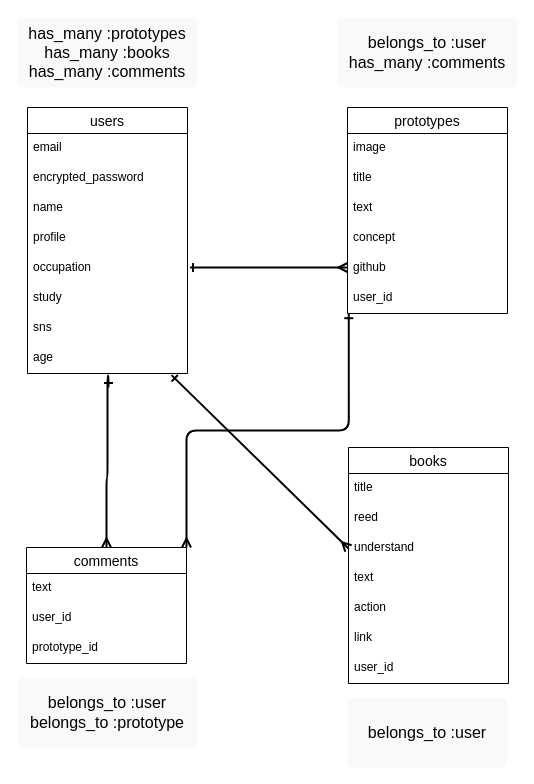
Above: mentore.dio in by-miwa/mentore (draw.io), before the change. Source tidied: cells renumbered, new cells numbered last; positions are measured from the earlier drawing's top-left corner, leaving out a move shared by most shapes. Both pictures are drawn from the tidied source at 100%, with x=0, y=0 at pixel (17, 17).
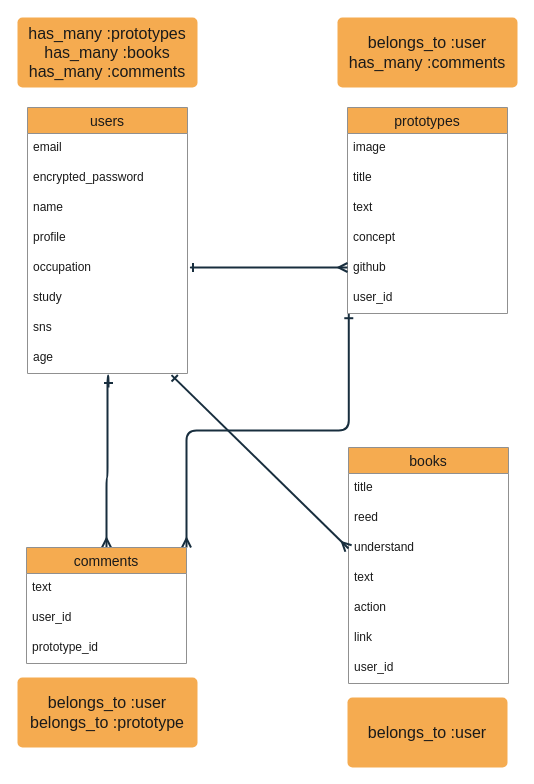
After the change.

The edit, as a diff of the source:
```diff
@@
-<mxGraphModel>
+<mxGraphModel background="#FFFFFF">
@@
-    <mxCell id="2" style="edgeStyle=orthogonalEdgeStyle;rounded=0;jettySize=auto;html=1;exitX=0.5;exitY=0;exitDx=0;exitDy=0;" parent="1" edge="1" source="9">
+    <mxCell id="2" style="edgeStyle=orthogonalEdgeStyle;rounded=0;jettySize=auto;html=1;exitX=0.5;exitY=0;exitDx=0;exitDy=0;labelBackgroundColor=#EEEEEE;strokeColor=#182E3E;fontColor=#1A1A1A;" parent="1" edge="1" source="9">
       <mxGeometry relative="1" as="geometry">
         <mxPoint x="60" y="110" as="targetPoint" />
       </mxGeometry>
     </mxCell>
-    <mxCell id="3" style="edgeStyle=orthogonalEdgeStyle;curved=0;rounded=1;sketch=0;jettySize=auto;html=1;exitX=0.5;exitY=0;exitDx=0;exitDy=0;startArrow=ERmany;startFill=0;endArrow=ERone;endFill=0;strokeWidth=2;fontSize=20;" parent="1" edge="1" source="5">
+    <mxCell id="3" style="edgeStyle=orthogonalEdgeStyle;curved=0;rounded=1;sketch=0;jettySize=auto;html=1;exitX=0.5;exitY=0;exitDx=0;exitDy=0;startArrow=ERmany;startFill=0;endArrow=ERone;endFill=0;strokeWidth=2;fontSize=20;labelBackgroundColor=#EEEEEE;strokeColor=#182E3E;fontColor=#1A1A1A;" parent="1" edge="1" source="5">
       <mxGeometry relative="1" as="geometry">
         <mxPoint x="91" y="370" as="targetPoint" />
         <Array as="points">
           <mxPoint x="89" y="460" />
           <mxPoint x="90" y="460" />
           <mxPoint x="90" y="358" />
         </Array>
       </mxGeometry>
     </mxCell>
-    <mxCell id="4" style="edgeStyle=orthogonalEdgeStyle;curved=0;rounded=1;sketch=0;jettySize=auto;html=1;exitX=1;exitY=0;exitDx=0;exitDy=0;entryX=0.008;entryY=1.007;entryDx=0;entryDy=0;entryPerimeter=0;startArrow=ERmany;startFill=0;endArrow=ERone;endFill=0;strokeWidth=2;fontSize=20;" parent="1" edge="1" source="5" target="24">
+    <mxCell id="4" style="edgeStyle=orthogonalEdgeStyle;curved=0;rounded=1;sketch=0;jettySize=auto;html=1;exitX=1;exitY=0;exitDx=0;exitDy=0;entryX=0.008;entryY=1.007;entryDx=0;entryDy=0;entryPerimeter=0;startArrow=ERmany;startFill=0;endArrow=ERone;endFill=0;strokeWidth=2;fontSize=20;labelBackgroundColor=#EEEEEE;strokeColor=#182E3E;fontColor=#1A1A1A;" parent="1" edge="1" source="5" target="24">
       <mxGeometry relative="1" as="geometry" />
     </mxCell>
-    <mxCell id="5" value="comments" style="swimlane;fontStyle=0;horizontal=1;startSize=26;align=center;fontSize=14;" parent="1" vertex="1">
+    <mxCell id="5" value="comments" style="swimlane;fontStyle=0;horizontal=1;startSize=26;align=center;fontSize=14;fillColor=#F5AB50;strokeColor=#909090;fontColor=#1A1A1A;" parent="1" vertex="1">
       <mxGeometry x="9" y="530" width="160" height="116" as="geometry" />
     </mxCell>
-    <mxCell id="6" value="text" style="text;strokeColor=none;fillColor=none;spacingLeft=4;spacingRight=4;overflow=hidden;fontSize=12;" parent="5" vertex="1">
+    <mxCell id="6" value="text" style="text;strokeColor=none;fillColor=none;spacingLeft=4;spacingRight=4;overflow=hidden;fontSize=12;fontColor=#1A1A1A;" parent="5" vertex="1">
       <mxGeometry y="26" width="160" height="30" as="geometry" />
     </mxCell>
-    <mxCell id="7" value="user_id" style="text;strokeColor=none;fillColor=none;spacingLeft=4;spacingRight=4;overflow=hidden;fontSize=12;" parent="5" vertex="1">
+    <mxCell id="7" value="user_id" style="text;strokeColor=none;fillColor=none;spacingLeft=4;spacingRight=4;overflow=hidden;fontSize=12;fontColor=#1A1A1A;" parent="5" vertex="1">
       <mxGeometry y="56" width="160" height="30" as="geometry" />
     </mxCell>
-    <mxCell id="8" value="prototype_id" style="text;strokeColor=none;fillColor=none;spacingLeft=4;spacingRight=4;overflow=hidden;fontSize=12;" parent="5" vertex="1">
+    <mxCell id="8" value="prototype_id" style="text;strokeColor=none;fillColor=none;spacingLeft=4;spacingRight=4;overflow=hidden;fontSize=12;fontColor=#1A1A1A;" parent="5" vertex="1">
       <mxGeometry y="86" width="160" height="30" as="geometry" />
     </mxCell>
-    <mxCell id="9" value="users" style="swimlane;fontStyle=0;horizontal=1;startSize=26;align=center;fontSize=14;" parent="1" vertex="1">
+    <mxCell id="9" value="users" style="swimlane;fontStyle=0;horizontal=1;startSize=26;align=center;fontSize=14;fillColor=#F5AB50;strokeColor=#909090;fontColor=#1A1A1A;" parent="1" vertex="1">
       <mxGeometry x="10" y="90" width="160" height="266" as="geometry" />
     </mxCell>
-    <mxCell id="10" value="email " style="text;strokeColor=none;fillColor=none;spacingLeft=4;spacingRight=4;overflow=hidden;fontSize=12;" parent="9" vertex="1">
+    <mxCell id="10" value="email " style="text;strokeColor=none;fillColor=none;spacingLeft=4;spacingRight=4;overflow=hidden;fontSize=12;fontColor=#1A1A1A;" parent="9" vertex="1">
       <mxGeometry y="26" width="160" height="30" as="geometry" />
     </mxCell>
-    <mxCell id="11" value="encrypted_password &#10;&#10;" style="text;strokeColor=none;fillColor=none;spacingLeft=4;spacingRight=4;overflow=hidden;fontSize=12;" parent="9" vertex="1">
+    <mxCell id="11" value="encrypted_password &#10;&#10;" style="text;strokeColor=none;fillColor=none;spacingLeft=4;spacingRight=4;overflow=hidden;fontSize=12;fontColor=#1A1A1A;" parent="9" vertex="1">
       <mxGeometry y="56" width="160" height="30" as="geometry" />
     </mxCell>
-    <mxCell id="12" value="name" style="text;strokeColor=none;fillColor=none;spacingLeft=4;spacingRight=4;overflow=hidden;fontSize=12;" parent="9" vertex="1">
+    <mxCell id="12" value="name" style="text;strokeColor=none;fillColor=none;spacingLeft=4;spacingRight=4;overflow=hidden;fontSize=12;fontColor=#1A1A1A;" parent="9" vertex="1">
       <mxGeometry y="86" width="160" height="30" as="geometry" />
     </mxCell>
-    <mxCell id="13" value="profile" style="text;strokeColor=none;fillColor=none;spacingLeft=4;spacingRight=4;overflow=hidden;fontSize=12;" parent="9" vertex="1">
+    <mxCell id="13" value="profile" style="text;strokeColor=none;fillColor=none;spacingLeft=4;spacingRight=4;overflow=hidden;fontSize=12;fontColor=#1A1A1A;" parent="9" vertex="1">
       <mxGeometry y="116" width="160" height="30" as="geometry" />
     </mxCell>
-    <mxCell id="14" value="occupation" style="text;strokeColor=none;fillColor=none;spacingLeft=4;spacingRight=4;overflow=hidden;fontSize=12;" parent="9" vertex="1">
+    <mxCell id="14" value="occupation" style="text;strokeColor=none;fillColor=none;spacingLeft=4;spacingRight=4;overflow=hidden;fontSize=12;fontColor=#1A1A1A;" parent="9" vertex="1">
       <mxGeometry y="146" width="160" height="30" as="geometry" />
     </mxCell>
-    <mxCell id="15" value="study" style="text;strokeColor=none;fillColor=none;spacingLeft=4;spacingRight=4;overflow=hidden;fontSize=12;" parent="9" vertex="1">
+    <mxCell id="15" value="study" style="text;strokeColor=none;fillColor=none;spacingLeft=4;spacingRight=4;overflow=hidden;fontSize=12;fontColor=#1A1A1A;" parent="9" vertex="1">
       <mxGeometry y="176" width="160" height="30" as="geometry" />
     </mxCell>
-    <mxCell id="16" value="sns" style="text;strokeColor=none;fillColor=none;spacingLeft=4;spacingRight=4;overflow=hidden;fontSize=12;" parent="9" vertex="1">
+    <mxCell id="16" value="sns" style="text;strokeColor=none;fillColor=none;spacingLeft=4;spacingRight=4;overflow=hidden;fontSize=12;fontColor=#1A1A1A;" parent="9" vertex="1">
       <mxGeometry y="206" width="160" height="30" as="geometry" />
     </mxCell>
-    <mxCell id="17" value="age" style="text;strokeColor=none;fillColor=none;spacingLeft=4;spacingRight=4;overflow=hidden;points=[[0,0.5],[1,0.5]];portConstraint=eastwest;fontSize=12;" parent="9" vertex="1">
+    <mxCell id="17" value="age" style="text;strokeColor=none;fillColor=none;spacingLeft=4;spacingRight=4;overflow=hidden;points=[[0,0.5],[1,0.5]];portConstraint=eastwest;fontSize=12;fontColor=#1A1A1A;" parent="9" vertex="1">
       <mxGeometry y="236" width="160" height="30" as="geometry" />
     </mxCell>
-    <mxCell id="18" value="prototypes" style="swimlane;fontStyle=0;horizontal=1;startSize=26;align=center;fontSize=14;" parent="1" vertex="1">
+    <mxCell id="18" value="prototypes" style="swimlane;fontStyle=0;horizontal=1;startSize=26;align=center;fontSize=14;fillColor=#F5AB50;strokeColor=#909090;fontColor=#1A1A1A;" parent="1" vertex="1">
       <mxGeometry x="330" y="90" width="160" height="206" as="geometry" />
     </mxCell>
-    <mxCell id="19" value="image  " style="text;strokeColor=none;fillColor=none;spacingLeft=4;spacingRight=4;overflow=hidden;fontSize=12;" parent="18" vertex="1">
+    <mxCell id="19" value="image  " style="text;strokeColor=none;fillColor=none;spacingLeft=4;spacingRight=4;overflow=hidden;fontSize=12;fontColor=#1A1A1A;" parent="18" vertex="1">
       <mxGeometry y="26" width="160" height="30" as="geometry" />
     </mxCell>
-    <mxCell id="20" value="title" style="text;strokeColor=none;fillColor=none;spacingLeft=4;spacingRight=4;overflow=hidden;fontSize=12;" parent="18" vertex="1">
+    <mxCell id="20" value="title" style="text;strokeColor=none;fillColor=none;spacingLeft=4;spacingRight=4;overflow=hidden;fontSize=12;fontColor=#1A1A1A;" parent="18" vertex="1">
       <mxGeometry y="56" width="160" height="30" as="geometry" />
     </mxCell>
-    <mxCell id="21" value="text" style="text;strokeColor=none;fillColor=none;spacingLeft=4;spacingRight=4;overflow=hidden;fontSize=12;" parent="18" vertex="1">
+    <mxCell id="21" value="text" style="text;strokeColor=none;fillColor=none;spacingLeft=4;spacingRight=4;overflow=hidden;fontSize=12;fontColor=#1A1A1A;" parent="18" vertex="1">
       <mxGeometry y="86" width="160" height="30" as="geometry" />
     </mxCell>
-    <mxCell id="22" value="concept" style="text;strokeColor=none;fillColor=none;spacingLeft=4;spacingRight=4;overflow=hidden;fontSize=12;" parent="18" vertex="1">
+    <mxCell id="22" value="concept" style="text;strokeColor=none;fillColor=none;spacingLeft=4;spacingRight=4;overflow=hidden;fontSize=12;fontColor=#1A1A1A;" parent="18" vertex="1">
       <mxGeometry y="116" width="160" height="30" as="geometry" />
     </mxCell>
-    <mxCell id="23" value="github" style="text;strokeColor=none;fillColor=none;spacingLeft=4;spacingRight=4;overflow=hidden;fontSize=12;" parent="18" vertex="1">
+    <mxCell id="23" value="github" style="text;strokeColor=none;fillColor=none;spacingLeft=4;spacingRight=4;overflow=hidden;fontSize=12;fontColor=#1A1A1A;" parent="18" vertex="1">
       <mxGeometry y="146" width="160" height="30" as="geometry" />
     </mxCell>
-    <mxCell id="24" value="user_id" style="text;strokeColor=none;fillColor=none;spacingLeft=4;spacingRight=4;overflow=hidden;points=[[0,0.5],[1,0.5]];portConstraint=eastwest;fontSize=12;" parent="18" vertex="1">
+    <mxCell id="24" value="user_id" style="text;strokeColor=none;fillColor=none;spacingLeft=4;spacingRight=4;overflow=hidden;points=[[0,0.5],[1,0.5]];portConstraint=eastwest;fontSize=12;fontColor=#1A1A1A;" parent="18" vertex="1">
       <mxGeometry y="176" width="160" height="30" as="geometry" />
     </mxCell>
-    <mxCell id="25" value="books" style="swimlane;fontStyle=0;horizontal=1;startSize=26;align=center;fontSize=14;" parent="1" vertex="1">
+    <mxCell id="25" value="books" style="swimlane;fontStyle=0;horizontal=1;startSize=26;align=center;fontSize=14;fillColor=#F5AB50;strokeColor=#909090;fontColor=#1A1A1A;" parent="1" vertex="1">
       <mxGeometry x="331" y="430" width="160" height="236" as="geometry" />
     </mxCell>
-    <mxCell id="26" value="title" style="text;strokeColor=none;fillColor=none;spacingLeft=4;spacingRight=4;overflow=hidden;fontSize=12;" parent="25" vertex="1">
+    <mxCell id="26" value="title" style="text;strokeColor=none;fillColor=none;spacingLeft=4;spacingRight=4;overflow=hidden;fontSize=12;fontColor=#1A1A1A;" parent="25" vertex="1">
       <mxGeometry y="26" width="160" height="30" as="geometry" />
     </mxCell>
-    <mxCell id="27" value="reed" style="text;strokeColor=none;fillColor=none;spacingLeft=4;spacingRight=4;overflow=hidden;fontSize=12;" parent="25" vertex="1">
+    <mxCell id="27" value="reed" style="text;strokeColor=none;fillColor=none;spacingLeft=4;spacingRight=4;overflow=hidden;fontSize=12;fontColor=#1A1A1A;" parent="25" vertex="1">
       <mxGeometry y="56" width="160" height="30" as="geometry" />
     </mxCell>
-    <mxCell id="28" value="understand" style="text;strokeColor=none;fillColor=none;spacingLeft=4;spacingRight=4;overflow=hidden;points=[[0,0.5],[1,0.5]];portConstraint=eastwest;fontSize=12;" parent="25" vertex="1">
+    <mxCell id="28" value="understand" style="text;strokeColor=none;fillColor=none;spacingLeft=4;spacingRight=4;overflow=hidden;points=[[0,0.5],[1,0.5]];portConstraint=eastwest;fontSize=12;fontColor=#1A1A1A;" parent="25" vertex="1">
       <mxGeometry y="86" width="160" height="30" as="geometry" />
     </mxCell>
-    <mxCell id="29" value="text" style="text;strokeColor=none;fillColor=none;spacingLeft=4;spacingRight=4;overflow=hidden;fontSize=12;" parent="25" vertex="1">
+    <mxCell id="29" value="text" style="text;strokeColor=none;fillColor=none;spacingLeft=4;spacingRight=4;overflow=hidden;fontSize=12;fontColor=#1A1A1A;" parent="25" vertex="1">
       <mxGeometry y="116" width="160" height="30" as="geometry" />
     </mxCell>
-    <mxCell id="30" value="action" style="text;strokeColor=none;fillColor=none;spacingLeft=4;spacingRight=4;overflow=hidden;fontSize=12;" parent="25" vertex="1">
+    <mxCell id="30" value="action" style="text;strokeColor=none;fillColor=none;spacingLeft=4;spacingRight=4;overflow=hidden;fontSize=12;fontColor=#1A1A1A;" parent="25" vertex="1">
       <mxGeometry y="146" width="160" height="30" as="geometry" />
     </mxCell>
-    <mxCell id="31" value="link" style="text;strokeColor=none;fillColor=none;spacingLeft=4;spacingRight=4;overflow=hidden;fontSize=12;" parent="25" vertex="1">
+    <mxCell id="31" value="link" style="text;strokeColor=none;fillColor=none;spacingLeft=4;spacingRight=4;overflow=hidden;fontSize=12;fontColor=#1A1A1A;" parent="25" vertex="1">
       <mxGeometry y="176" width="160" height="30" as="geometry" />
     </mxCell>
-    <mxCell id="32" value="user_id" style="text;strokeColor=none;fillColor=none;spacingLeft=4;spacingRight=4;overflow=hidden;fontSize=12;" parent="25" vertex="1">
+    <mxCell id="32" value="user_id" style="text;strokeColor=none;fillColor=none;spacingLeft=4;spacingRight=4;overflow=hidden;fontSize=12;fontColor=#1A1A1A;" parent="25" vertex="1">
       <mxGeometry y="206" width="160" height="30" as="geometry" />
     </mxCell>
-    <mxCell id="33" style="edgeStyle=orthogonalEdgeStyle;curved=0;rounded=1;sketch=0;orthogonalLoop=1;jettySize=auto;html=1;endArrow=ERmany;endFill=0;fontSize=20;strokeWidth=2;startArrow=ERone;startFill=0;" parent="1" edge="1">
+    <mxCell id="33" style="edgeStyle=orthogonalEdgeStyle;curved=0;rounded=1;sketch=0;orthogonalLoop=1;jettySize=auto;html=1;endArrow=ERmany;endFill=0;fontSize=20;strokeWidth=2;startArrow=ERone;startFill=0;labelBackgroundColor=#EEEEEE;strokeColor=#182E3E;fontColor=#1A1A1A;" parent="1" edge="1">
       <mxGeometry relative="1" as="geometry">
         <mxPoint x="180" y="250" as="sourcePoint" />
         <mxPoint x="330" y="250" as="targetPoint" />
         <Array as="points">
           <mxPoint x="170" y="250" />
         </Array>
       </mxGeometry>
     </mxCell>
-    <mxCell id="34" style="endArrow=ERone;html=1;strokeWidth=2;fontSize=20;exitX=0;exitY=0.5;exitDx=0;exitDy=0;startArrow=ERmany;startFill=0;endFill=0;entryX=0.9;entryY=1.053;entryDx=0;entryDy=0;entryPerimeter=0;" parent="1" edge="1" source="28" target="17">
+    <mxCell id="34" style="endArrow=ERone;html=1;strokeWidth=2;fontSize=20;exitX=0;exitY=0.5;exitDx=0;exitDy=0;startArrow=ERmany;startFill=0;endFill=0;entryX=0.9;entryY=1.053;entryDx=0;entryDy=0;entryPerimeter=0;labelBackgroundColor=#EEEEEE;strokeColor=#182E3E;fontColor=#1A1A1A;" parent="1" edge="1" source="28" target="17">
       <mxGeometry relative="1" as="geometry" />
     </mxCell>
-    <mxCell id="35" value="belongs_to :user&lt;br&gt;belongs_to :prototype" style="html=1;shadow=0;dashed=0;shape=mxgraph.bootstrap.rrect;rSize=5;strokeColor=none;strokeWidth=1;fillColor=#F8F9FA;fontColor=#000000;whiteSpace=wrap;align=center;verticalAlign=middle;spacingLeft=0;fontStyle=0;fontSize=16;spacing=5;rounded=0;sketch=0;" parent="1" vertex="1">
+    <mxCell id="35" value="belongs_to :user&lt;br&gt;belongs_to :prototype" style="html=1;shadow=0;dashed=0;shape=mxgraph.bootstrap.rrect;rSize=5;strokeColor=none;strokeWidth=1;fillColor=#F5AB50;fontColor=#1A1A1A;whiteSpace=wrap;align=center;verticalAlign=middle;spacingLeft=0;fontStyle=0;fontSize=16;spacing=5;rounded=0;sketch=0;" parent="1" vertex="1">
       <mxGeometry y="660" width="180" height="70" as="geometry" />
     </mxCell>
-    <mxCell id="36" value="&lt;span&gt;belongs_to :user&lt;/span&gt;" style="html=1;shadow=0;dashed=0;shape=mxgraph.bootstrap.rrect;rSize=5;strokeColor=none;strokeWidth=1;fillColor=#F8F9FA;fontColor=#000000;whiteSpace=wrap;align=center;verticalAlign=middle;spacingLeft=0;fontStyle=0;fontSize=16;spacing=5;rounded=0;sketch=0;" parent="1" vertex="1">
+    <mxCell id="36" value="&lt;span&gt;belongs_to :user&lt;/span&gt;" style="html=1;shadow=0;dashed=0;shape=mxgraph.bootstrap.rrect;rSize=5;strokeColor=none;strokeWidth=1;fillColor=#F5AB50;fontColor=#1A1A1A;whiteSpace=wrap;align=center;verticalAlign=middle;spacingLeft=0;fontStyle=0;fontSize=16;spacing=5;rounded=0;sketch=0;" parent="1" vertex="1">
       <mxGeometry x="330" y="680" width="160" height="70" as="geometry" />
     </mxCell>
-    <mxCell id="37" value="has_many :prototypes&lt;br&gt;has_many :books&lt;br&gt;has_many :comments" style="html=1;shadow=0;dashed=0;shape=mxgraph.bootstrap.rrect;rSize=5;strokeColor=none;strokeWidth=1;fillColor=#F8F9FA;fontColor=#000000;whiteSpace=wrap;align=center;verticalAlign=middle;spacingLeft=0;fontStyle=0;fontSize=16;spacing=5;rounded=0;sketch=0;" parent="1" vertex="1">
+    <mxCell id="37" value="has_many :prototypes&lt;br&gt;has_many :books&lt;br&gt;has_many :comments" style="html=1;shadow=0;dashed=0;shape=mxgraph.bootstrap.rrect;rSize=5;strokeColor=none;strokeWidth=1;fillColor=#F5AB50;fontColor=#1A1A1A;whiteSpace=wrap;align=center;verticalAlign=middle;spacingLeft=0;fontStyle=0;fontSize=16;spacing=5;rounded=0;sketch=0;" parent="1" vertex="1">
       <mxGeometry width="180" height="70" as="geometry" />
     </mxCell>
-    <mxCell id="38" value="belongs_to :user&lt;br&gt;has_many :comments" style="html=1;shadow=0;dashed=0;shape=mxgraph.bootstrap.rrect;rSize=5;strokeColor=none;strokeWidth=1;fillColor=#F8F9FA;fontColor=#000000;whiteSpace=wrap;align=center;verticalAlign=middle;spacingLeft=0;fontStyle=0;fontSize=16;spacing=5;rounded=0;sketch=0;" parent="1" vertex="1">
+    <mxCell id="38" value="belongs_to :user&lt;br&gt;has_many :comments" style="html=1;shadow=0;dashed=0;shape=mxgraph.bootstrap.rrect;rSize=5;strokeColor=none;strokeWidth=1;fillColor=#F5AB50;fontColor=#1A1A1A;whiteSpace=wrap;align=center;verticalAlign=middle;spacingLeft=0;fontStyle=0;fontSize=16;spacing=5;rounded=0;sketch=0;" parent="1" vertex="1">
       <mxGeometry x="320" width="180" height="70" as="geometry" />
     </mxCell>
```
